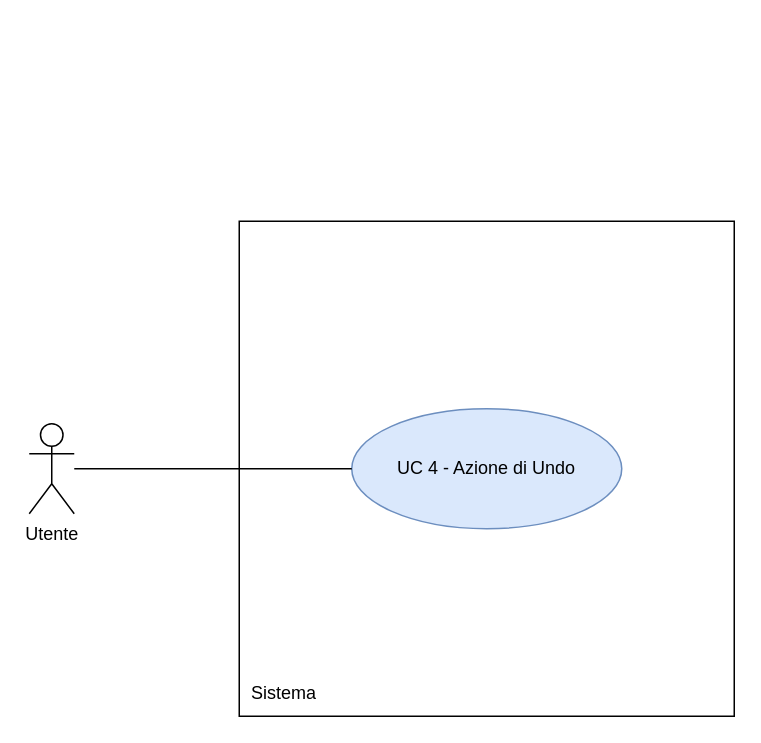
The draw.io diagram RTB/doc_esterna/analisi-dei-requisiti/assets/draw.io/UC4.drawio in thebitless-group-swe/thebitless.github.io, before the edit. Source tidied: cells renumbered, new cells numbered last; positions are measured from the earlier drawing's top-left corner, leaving out a move shared by most shapes. Both pictures are drawn from the tidied source at 150%, with x=0, y=0 at pixel (28, 220).
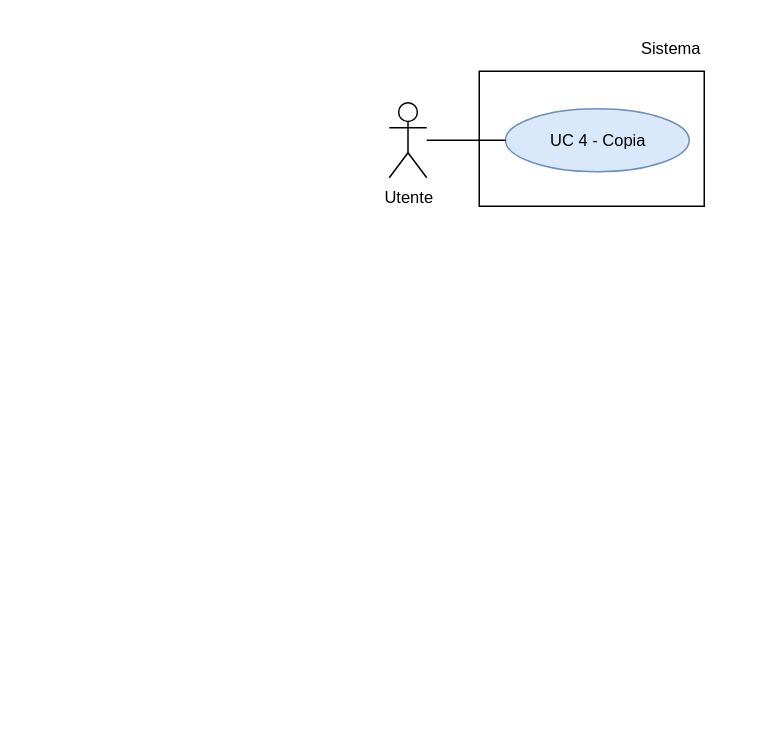
The same page after the edit.

The edit, as a diff of the source:
```diff
@@
 <mxGraphModel>
   <root>
     <mxCell id="0" />
     <mxCell id="1" parent="0" />
-    <mxCell id="2" value="Utente" style="shape=umlActor;verticalLabelPosition=bottom;verticalAlign=top;html=1;outlineConnect=0;" parent="1" vertex="1">
-      <mxGeometry y="135" width="30" height="60" as="geometry" />
+    <mxCell id="2" value="Utente" style="shape=umlActor;verticalLabelPosition=bottom;verticalAlign=top;html=1;outlineConnect=0;fontSize=11;" parent="1" vertex="1">
+      <mxGeometry x="240" y="-79" width="25" height="50" as="geometry" />
     </mxCell>
-    <mxCell id="3" style="whiteSpace=wrap;html=1;" parent="1" vertex="1">
-      <mxGeometry x="140" width="330" height="330" as="geometry" />
-    </mxCell>
+    <mxCell id="7" style="rounded=0;whiteSpace=wrap;html=1;strokeWidth=1;" parent="1" vertex="1">
+      <mxGeometry x="300" y="-100" width="150" height="90" as="geometry" />
+    </mxCell>
-    <mxCell id="4" value="Sistema" style="text;html=1;whiteSpace=wrap;strokeColor=none;fillColor=none;align=center;verticalAlign=middle;rounded=0;" parent="1" vertex="1">
-      <mxGeometry x="140" y="300" width="60" height="30" as="geometry" />
+    <mxCell id="4" value="Sistema" style="text;html=1;whiteSpace=wrap;strokeColor=none;fillColor=none;align=right;verticalAlign=middle;fontSize=11;" parent="1" vertex="1">
+      <mxGeometry x="390" y="-130" width="60" height="30" as="geometry" />
     </mxCell>
-    <mxCell id="5" value="UC 4 - Azione di Undo" style="ellipse;whiteSpace=wrap;html=1;fillColor=#dae8fc;strokeColor=#6c8ebf;" parent="1" vertex="1">
-      <mxGeometry x="215" y="125" width="180" height="80" as="geometry" />
-    </mxCell>
-    <mxCell id="6" style="edgeStyle=none;rounded=0;jettySize=auto;html=1;endArrow=none;endFill=0;" parent="1" edge="1" source="2" target="5">
-      <mxGeometry relative="1" as="geometry" />
-    </mxCell>
+    <mxCell id="8" value="UC 4 - Copia" style="ellipse;whiteSpace=wrap;html=1;fillColor=#dae8fc;strokeColor=#6c8ebf;fontSize=11;" parent="1" vertex="1">
+      <mxGeometry x="317.5" y="-75" width="122.5" height="42" as="geometry" />
+    </mxCell>
+    <mxCell id="9" style="edgeStyle=none;rounded=0;jettySize=auto;html=1;endArrow=none;endFill=0;" parent="1" edge="1" source="2" target="8">
+      <mxGeometry relative="1" as="geometry" />
+    </mxCell>
+    <mxCell id="10" style="edgeStyle=orthogonalEdgeStyle;rounded=0;orthogonalLoop=1;jettySize=auto;html=1;exitX=0.5;exitY=1;exitDx=0;exitDy=0;" parent="1" edge="1" source="4" target="4">
+      <mxGeometry relative="1" as="geometry" />
+    </mxCell>
   </root>
 </mxGraphModel>
```
